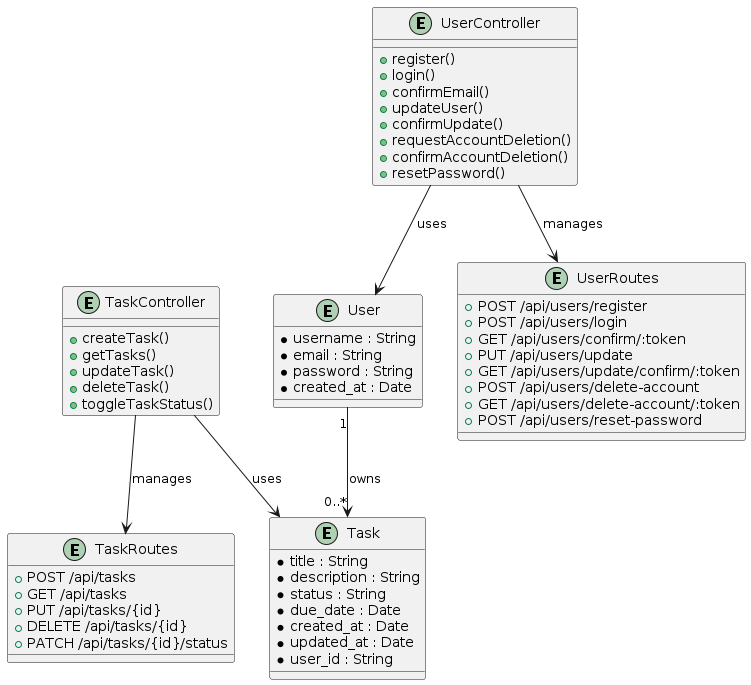
Before: backend/sketch-project-diagram.png, a diagram exported from PlantUML (burakzaferozcan/task-manager-mevn-stack).
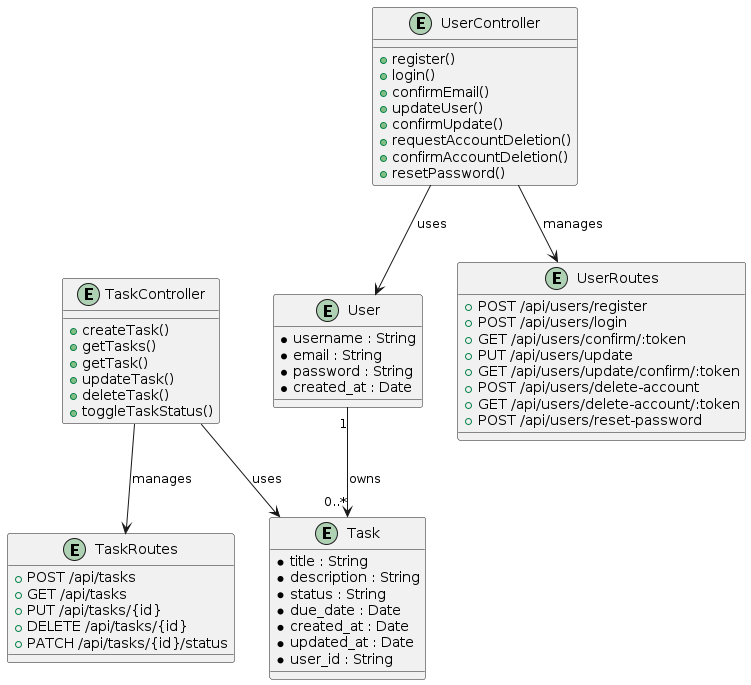
The same diagram one commit later.

The edit, as a diff of the source:
```diff
@@ -33,6 +33,7 @@
 entity TaskController {
 +createTask()
 +getTasks()
++getTask()
 +updateTask()
 +deleteTask()
 +toggleTaskStatus()
```
